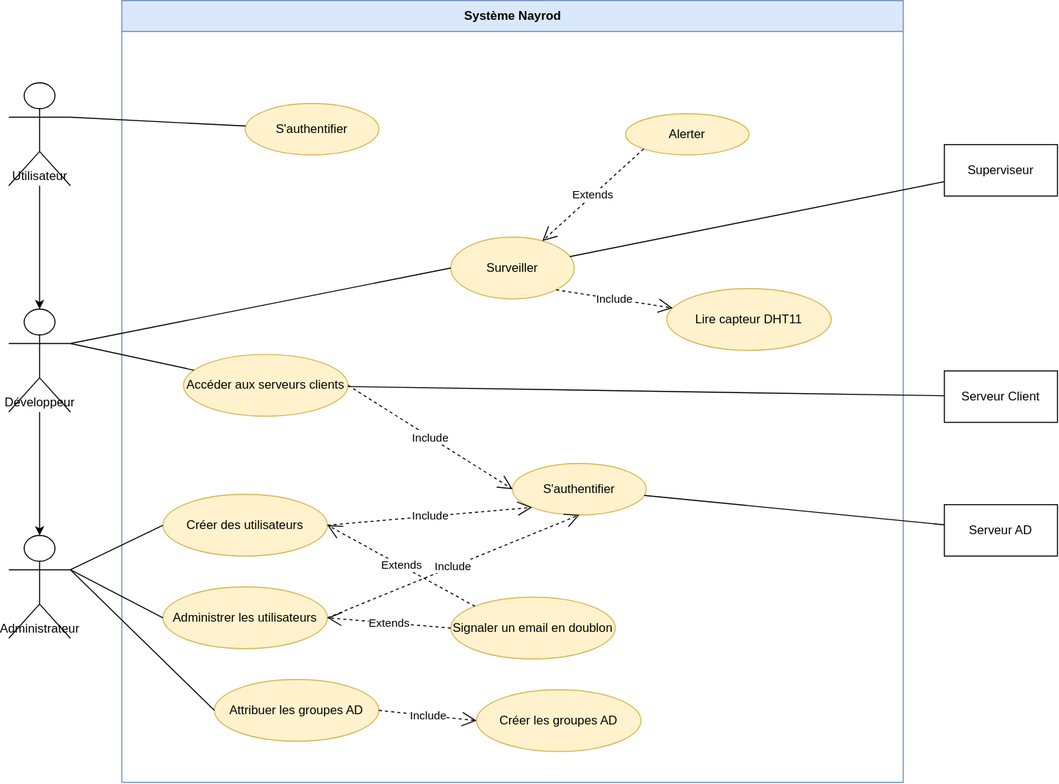
Makimow/Projet-serveur-Nayrod keeps this draw.io diagram as Schémas/A2_cas_utilisation_v4.drawio.svg. Above is the earlier version. Source tidied: cells renumbered, new cells last; positions are measured from the earlier drawing's top-left corner, leaving out a move shared by most shapes.
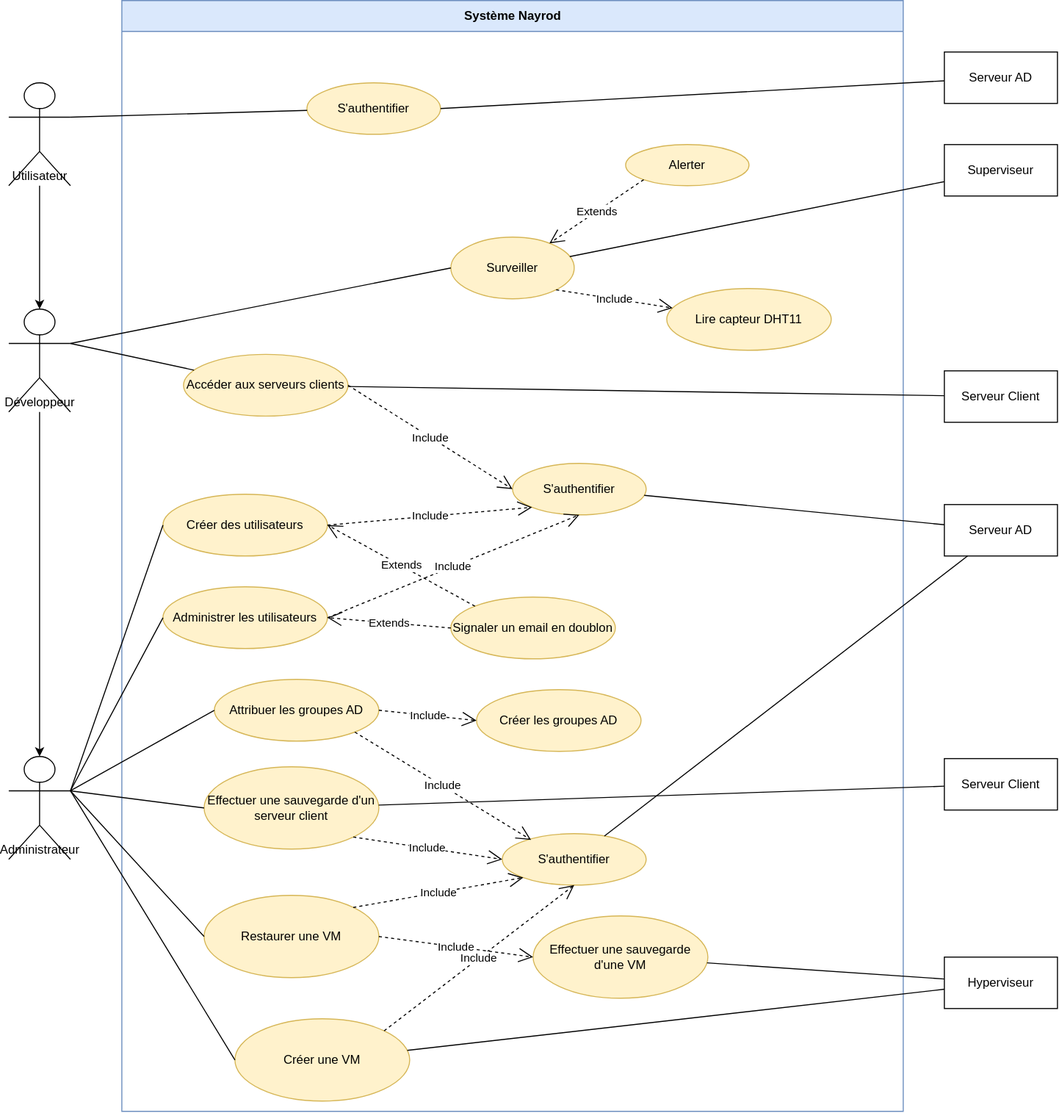
Above is the later version.

The edit, as a diff of the source:
```diff
@@ -3,7 +3,7 @@
     <mxCell id="0" />
     <mxCell id="1" parent="0" />
     <mxCell id="2" value="Système Nayrod" style="swimlane;startSize=30;horizontal=1;fillColor=#dae8fc;strokeColor=#6c8ebf;html=1;" parent="1" vertex="1">
-      <mxGeometry x="110" width="760" height="760" as="geometry" />
+      <mxGeometry x="110" width="760" height="1080" as="geometry" />
     </mxCell>
     <mxCell id="3" value="S'authentifier" style="ellipse;whiteSpace=wrap;html=1;fillColor=#fff2cc;strokeColor=#d6b656;" parent="2" vertex="1">
       <mxGeometry x="380" y="450" width="130" height="50" as="geometry" />
@@ -54,14 +54,44 @@
       <mxGeometry relative="1" as="geometry" />
     </mxCell>
     <mxCell id="19" value="Alerter" style="ellipse;whiteSpace=wrap;html=1;fillColor=#fff2cc;strokeColor=#d6b656;" parent="2" vertex="1">
-      <mxGeometry x="490" y="110" width="120" height="40" as="geometry" />
+      <mxGeometry x="490" y="140" width="120" height="40" as="geometry" />
     </mxCell>
     <mxCell id="20" value="Extends" style="endArrow=open;endSize=12;dashed=1;html=1;rounded=0;defaultLabelBackgroundColor=page;exitX=0;exitY=1;exitDx=0;exitDy=0;" parent="2" edge="1" source="19" target="8">
       <mxGeometry relative="1" as="geometry" />
     </mxCell>
     <mxCell id="21" value="S'authentifier" style="ellipse;whiteSpace=wrap;html=1;fillColor=#fff2cc;strokeColor=#d6b656;" parent="2" vertex="1">
-      <mxGeometry x="120" y="100" width="130" height="50" as="geometry" />
+      <mxGeometry x="180" y="80" width="130" height="50" as="geometry" />
     </mxCell>
+    <mxCell id="39" value="Effectuer une sauvegarde d'un serveur client" style="ellipse;whiteSpace=wrap;html=1;fillColor=#fff2cc;strokeColor=#d6b656;" parent="2" vertex="1">
+      <mxGeometry x="80" y="745" width="170" height="80" as="geometry" />
+    </mxCell>
+    <mxCell id="40" value="Restaurer une VM" style="ellipse;whiteSpace=wrap;html=1;fillColor=#fff2cc;strokeColor=#d6b656;" parent="2" vertex="1">
+      <mxGeometry x="80" y="870" width="170" height="80" as="geometry" />
+    </mxCell>
+    <mxCell id="41" value="Effectuer une sauvegarde d'une VM" style="ellipse;whiteSpace=wrap;html=1;fillColor=#fff2cc;strokeColor=#d6b656;" parent="2" vertex="1">
+      <mxGeometry x="400" y="890" width="170" height="80" as="geometry" />
+    </mxCell>
+    <mxCell id="42" value="Include" style="endArrow=open;endSize=12;dashed=1;html=1;rounded=0;defaultLabelBackgroundColor=page;exitX=1;exitY=0.5;exitDx=0;exitDy=0;entryX=0;entryY=0.5;entryDx=0;entryDy=0;" parent="2" edge="1" source="40" target="41">
+      <mxGeometry relative="1" as="geometry" />
+    </mxCell>
+    <mxCell id="43" value="Créer une VM" style="ellipse;whiteSpace=wrap;html=1;fillColor=#fff2cc;strokeColor=#d6b656;" parent="2" vertex="1">
+      <mxGeometry x="110" y="990" width="170" height="80" as="geometry" />
+    </mxCell>
+    <mxCell id="44" value="S'authentifier" style="ellipse;whiteSpace=wrap;html=1;fillColor=#fff2cc;strokeColor=#d6b656;" parent="2" vertex="1">
+      <mxGeometry x="370" y="810" width="140" height="50" as="geometry" />
+    </mxCell>
+    <mxCell id="45" value="Include" style="endArrow=open;endSize=12;dashed=1;html=1;rounded=0;defaultLabelBackgroundColor=page;exitX=1;exitY=1;exitDx=0;exitDy=0;entryX=0;entryY=0.5;entryDx=0;entryDy=0;" parent="2" edge="1" source="39" target="44">
+      <mxGeometry relative="1" as="geometry" />
+    </mxCell>
+    <mxCell id="46" value="Include" style="endArrow=open;endSize=12;dashed=1;html=1;rounded=0;defaultLabelBackgroundColor=page;exitX=1;exitY=1;exitDx=0;exitDy=0;entryX=0.2;entryY=0.12;entryDx=0;entryDy=0;entryPerimeter=0;" parent="2" edge="1" source="14" target="44">
+      <mxGeometry relative="1" as="geometry" />
+    </mxCell>
+    <mxCell id="47" value="Include" style="endArrow=open;endSize=12;dashed=1;html=1;rounded=0;defaultLabelBackgroundColor=page;exitX=1;exitY=0;exitDx=0;exitDy=0;entryX=0;entryY=1;entryDx=0;entryDy=0;" parent="2" edge="1" source="40" target="44">
+      <mxGeometry relative="1" as="geometry" />
+    </mxCell>
+    <mxCell id="48" value="Include" style="endArrow=open;endSize=12;dashed=1;html=1;rounded=0;defaultLabelBackgroundColor=page;exitX=1;exitY=0;exitDx=0;exitDy=0;entryX=0.5;entryY=1;entryDx=0;entryDy=0;" parent="2" edge="1" source="43" target="44">
+      <mxGeometry relative="1" as="geometry" />
+    </mxCell>
     <mxCell id="22" style="rounded=0;jettySize=auto;html=1;exitX=1;exitY=0.3333333333333333;exitDx=0;exitDy=0;exitPerimeter=0;defaultLabelBackgroundColor=page;endArrow=none;endFill=0;" parent="1" edge="1" source="24" target="21">
       <mxGeometry relative="1" as="geometry" />
     </mxCell>
@@ -77,8 +107,17 @@
     <mxCell id="26" style="rounded=0;jettySize=auto;html=1;exitX=1;exitY=0.3333333333333333;exitDx=0;exitDy=0;exitPerimeter=0;entryX=0;entryY=0.5;entryDx=0;entryDy=0;defaultLabelBackgroundColor=page;endArrow=none;endFill=0;" parent="1" edge="1" source="27" target="14">
       <mxGeometry relative="1" as="geometry" />
     </mxCell>
+    <mxCell id="49" style="rounded=0;jettySize=auto;html=1;exitX=1;exitY=0.3333333333333333;exitDx=0;exitDy=0;exitPerimeter=0;entryX=0;entryY=0.5;entryDx=0;entryDy=0;defaultLabelBackgroundColor=page;endArrow=none;endFill=0;" parent="1" edge="1" source="27" target="39">
+      <mxGeometry relative="1" as="geometry" />
+    </mxCell>
+    <mxCell id="50" style="rounded=0;jettySize=auto;html=1;exitX=1;exitY=0.3333333333333333;exitDx=0;exitDy=0;exitPerimeter=0;entryX=0;entryY=0.5;entryDx=0;entryDy=0;defaultLabelBackgroundColor=page;endArrow=none;endFill=0;" parent="1" edge="1" source="27" target="40">
+      <mxGeometry relative="1" as="geometry" />
+    </mxCell>
+    <mxCell id="51" style="rounded=0;jettySize=auto;html=1;exitX=1;exitY=0.3333333333333333;exitDx=0;exitDy=0;exitPerimeter=0;entryX=0;entryY=0.5;entryDx=0;entryDy=0;defaultLabelBackgroundColor=page;endArrow=none;endFill=0;" parent="1" edge="1" source="27" target="43">
+      <mxGeometry relative="1" as="geometry" />
+    </mxCell>
     <mxCell id="27" value="Administrateur" style="shape=umlActor;verticalAlign=bottom;html=1;" parent="1" vertex="1">
-      <mxGeometry y="520" width="60" height="100" as="geometry" />
+      <mxGeometry y="735" width="60" height="100" as="geometry" />
     </mxCell>
     <mxCell id="28" style="rounded=0;jettySize=auto;html=1;exitX=1;exitY=0.3333333333333333;exitDx=0;exitDy=0;exitPerimeter=0;defaultLabelBackgroundColor=page;endArrow=none;endFill=0;" parent="1" edge="1" source="30" target="10">
       <mxGeometry relative="1" as="geometry" />
@@ -113,5 +152,29 @@
     <mxCell id="38" style="rounded=0;jettySize=auto;html=1;defaultLabelBackgroundColor=page;endArrow=none;endFill=0;" parent="1" edge="1" source="8" target="33">
       <mxGeometry relative="1" as="geometry" />
     </mxCell>
+    <mxCell id="52" style="rounded=0;jettySize=auto;html=1;entryX=1;entryY=0.5;entryDx=0;entryDy=0;defaultLabelBackgroundColor=page;endArrow=none;endFill=0;" parent="1" edge="1" source="53" target="21">
+      <mxGeometry relative="1" as="geometry" />
+    </mxCell>
+    <mxCell id="53" value="Serveur AD" style="html=1;whiteSpace=wrap;" parent="1" vertex="1">
+      <mxGeometry x="910" y="50" width="110" height="50" as="geometry" />
+    </mxCell>
+    <mxCell id="54" value="Serveur Client" style="html=1;whiteSpace=wrap;" parent="1" vertex="1">
+      <mxGeometry x="910" y="737" width="110" height="50" as="geometry" />
+    </mxCell>
+    <mxCell id="55" style="rounded=0;jettySize=auto;html=1;defaultLabelBackgroundColor=page;endArrow=none;endFill=0;" parent="1" edge="1" source="39" target="54">
+      <mxGeometry relative="1" as="geometry" />
+    </mxCell>
+    <mxCell id="56" value="Hyperviseur" style="html=1;whiteSpace=wrap;" parent="1" vertex="1">
+      <mxGeometry x="910" y="930" width="110" height="50" as="geometry" />
+    </mxCell>
+    <mxCell id="57" style="rounded=0;jettySize=auto;html=1;defaultLabelBackgroundColor=page;endArrow=none;endFill=0;" parent="1" edge="1" source="41" target="56">
+      <mxGeometry relative="1" as="geometry" />
+    </mxCell>
+    <mxCell id="58" style="rounded=0;jettySize=auto;html=1;defaultLabelBackgroundColor=page;endArrow=none;endFill=0;" parent="1" edge="1" source="43" target="56">
+      <mxGeometry relative="1" as="geometry" />
+    </mxCell>
+    <mxCell id="59" style="rounded=0;jettySize=auto;html=1;defaultLabelBackgroundColor=page;endArrow=none;endFill=0;" parent="1" edge="1" source="44" target="34">
+      <mxGeometry relative="1" as="geometry" />
+    </mxCell>
   </root>
 </mxGraphModel>
```
